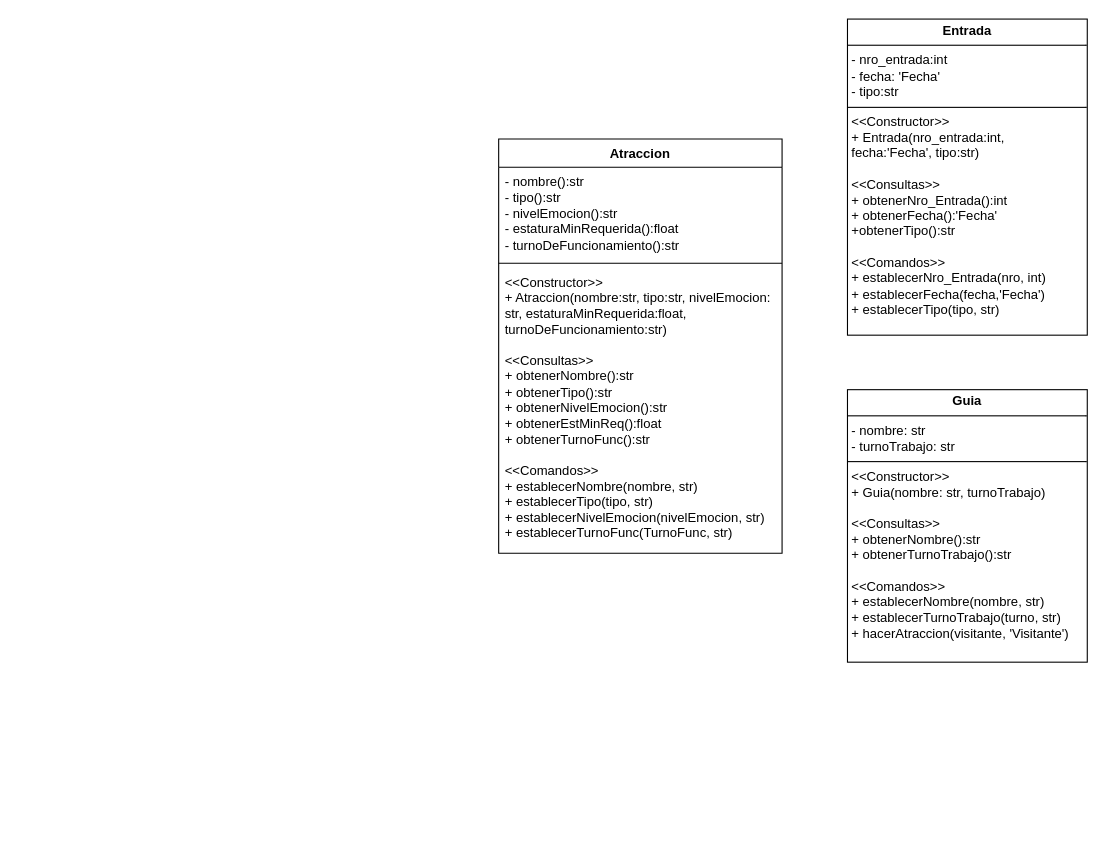
AndyGar04/Programacion-I keeps this draw.io diagram as TpNro6/EjercicioNro9/EjercicioNro9Tp6.drawio. Above is the earlier version. Source tidied: cells renumbered, new cells numbered last; positions are measured from the earlier drawing's top-left corner, leaving out a move shared by most shapes. Both pictures are drawn from the tidied source at 109%, with x=0, y=0 at pixel (498, 19).
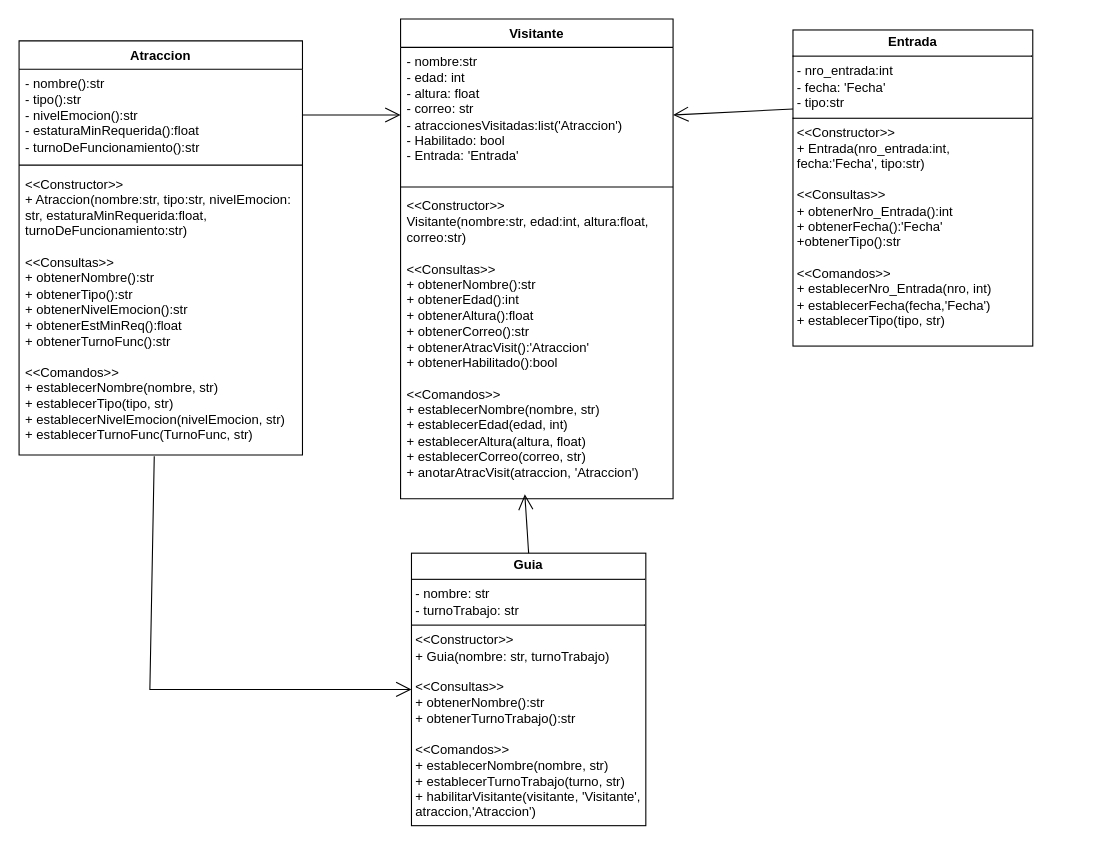
The same diagram, later.

Change to the diagram source:
```diff
@@
 <mxGraphModel>
   <root>
     <mxCell id="0" />
     <mxCell id="1" parent="0" />
     <mxCell id="2" value="&lt;p style=&quot;margin:0px;margin-top:4px;text-align:center;&quot;&gt;&lt;b&gt;Entrada&lt;/b&gt;&lt;/p&gt;&lt;hr size=&quot;1&quot; style=&quot;border-style:solid;&quot;&gt;&lt;p style=&quot;margin:0px;margin-left:4px;&quot;&gt;- nro_entrada:int&lt;/p&gt;&lt;p style=&quot;margin:0px;margin-left:4px;&quot;&gt;- fecha: 'Fecha'&lt;/p&gt;&lt;p style=&quot;margin:0px;margin-left:4px;&quot;&gt;- tipo:str&lt;/p&gt;&lt;hr size=&quot;1&quot; style=&quot;border-style:solid;&quot;&gt;&lt;p style=&quot;margin:0px;margin-left:4px;&quot;&gt;&amp;lt;&amp;lt;Constructor&amp;gt;&amp;gt;&lt;/p&gt;&lt;p style=&quot;margin:0px;margin-left:4px;&quot;&gt;+ Entrada(nro_entrada:int, fecha:'Fecha', tipo:str)&lt;/p&gt;&lt;p style=&quot;margin:0px;margin-left:4px;&quot;&gt;&lt;br&gt;&lt;/p&gt;&lt;p style=&quot;margin:0px;margin-left:4px;&quot;&gt;&amp;lt;&amp;lt;Consultas&amp;gt;&amp;gt;&lt;/p&gt;&lt;p style=&quot;margin:0px;margin-left:4px;&quot;&gt;+ obtenerNro_Entrada():int&lt;/p&gt;&lt;p style=&quot;margin:0px;margin-left:4px;&quot;&gt;+ obtenerFecha():'Fecha'&lt;/p&gt;&lt;p style=&quot;margin:0px;margin-left:4px;&quot;&gt;+obtenerTipo():str&lt;/p&gt;&lt;p style=&quot;margin:0px;margin-left:4px;&quot;&gt;&lt;br&gt;&lt;/p&gt;&lt;p style=&quot;margin:0px;margin-left:4px;&quot;&gt;&amp;lt;&amp;lt;Comandos&amp;gt;&amp;gt;&lt;/p&gt;&lt;p style=&quot;margin:0px;margin-left:4px;&quot;&gt;+ establecerNro_Entrada(nro, int)&lt;/p&gt;&lt;p style=&quot;margin:0px;margin-left:4px;&quot;&gt;+ establecerFecha(fecha,'Fecha')&lt;/p&gt;&lt;p style=&quot;margin:0px;margin-left:4px;&quot;&gt;+ establecerTipo(tipo, str)&lt;/p&gt;" style="verticalAlign=top;align=left;overflow=fill;html=1;whiteSpace=wrap;" parent="1" vertex="1">
-      <mxGeometry x="320" width="220" height="290" as="geometry" />
+      <mxGeometry x="270" y="10" width="220" height="290" as="geometry" />
     </mxCell>
-    <mxCell id="3" value="&lt;p style=&quot;margin:0px;margin-top:4px;text-align:center;&quot;&gt;&lt;b&gt;Guia&lt;/b&gt;&lt;/p&gt;&lt;hr size=&quot;1&quot; style=&quot;border-style:solid;&quot;&gt;&lt;p style=&quot;margin:0px;margin-left:4px;&quot;&gt;- nombre: str&lt;/p&gt;&lt;p style=&quot;margin:0px;margin-left:4px;&quot;&gt;- turnoTrabajo: str&lt;/p&gt;&lt;hr size=&quot;1&quot; style=&quot;border-style:solid;&quot;&gt;&lt;p style=&quot;margin:0px;margin-left:4px;&quot;&gt;&amp;lt;&amp;lt;Constructor&amp;gt;&amp;gt;&lt;/p&gt;&lt;p style=&quot;margin:0px;margin-left:4px;&quot;&gt;+ Guia(nombre: str, turnoTrabajo)&lt;/p&gt;&lt;p style=&quot;margin:0px;margin-left:4px;&quot;&gt;&lt;br&gt;&lt;/p&gt;&lt;p style=&quot;margin:0px;margin-left:4px;&quot;&gt;&amp;lt;&amp;lt;Consultas&amp;gt;&amp;gt;&lt;/p&gt;&lt;p style=&quot;margin:0px;margin-left:4px;&quot;&gt;+ obtenerNombre():str&lt;/p&gt;&lt;p style=&quot;margin:0px;margin-left:4px;&quot;&gt;+ obtenerTurnoTrabajo():str&lt;/p&gt;&lt;p style=&quot;margin:0px;margin-left:4px;&quot;&gt;&lt;br&gt;&lt;/p&gt;&lt;p style=&quot;margin:0px;margin-left:4px;&quot;&gt;&amp;lt;&amp;lt;Comandos&amp;gt;&amp;gt;&lt;/p&gt;&lt;p style=&quot;margin:0px;margin-left:4px;&quot;&gt;+ establecerNombre(nombre, str)&lt;/p&gt;&lt;p style=&quot;margin:0px;margin-left:4px;&quot;&gt;+ establecerTurnoTrabajo(turno, str)&lt;/p&gt;&lt;p style=&quot;margin:0px;margin-left:4px;&quot;&gt;+ hacerAtraccion(visitante, 'Visitante'&lt;span style=&quot;background-color: initial;&quot;&gt;)&lt;/span&gt;&lt;/p&gt;&lt;p style=&quot;margin:0px;margin-left:4px;&quot;&gt;&lt;br&gt;&lt;/p&gt;" style="verticalAlign=top;align=left;overflow=fill;html=1;whiteSpace=wrap;" parent="1" vertex="1">
-      <mxGeometry x="320" y="340" width="220" height="250" as="geometry" />
+    <mxCell id="3" value="&lt;p style=&quot;margin:0px;margin-top:4px;text-align:center;&quot;&gt;&lt;b&gt;Guia&lt;/b&gt;&lt;/p&gt;&lt;hr size=&quot;1&quot; style=&quot;border-style:solid;&quot;&gt;&lt;p style=&quot;margin:0px;margin-left:4px;&quot;&gt;- nombre: str&lt;/p&gt;&lt;p style=&quot;margin:0px;margin-left:4px;&quot;&gt;- turnoTrabajo: str&lt;/p&gt;&lt;hr size=&quot;1&quot; style=&quot;border-style:solid;&quot;&gt;&lt;p style=&quot;margin:0px;margin-left:4px;&quot;&gt;&amp;lt;&amp;lt;Constructor&amp;gt;&amp;gt;&lt;/p&gt;&lt;p style=&quot;margin:0px;margin-left:4px;&quot;&gt;+ Guia(nombre: str, turnoTrabajo)&lt;/p&gt;&lt;p style=&quot;margin:0px;margin-left:4px;&quot;&gt;&lt;br&gt;&lt;/p&gt;&lt;p style=&quot;margin:0px;margin-left:4px;&quot;&gt;&amp;lt;&amp;lt;Consultas&amp;gt;&amp;gt;&lt;/p&gt;&lt;p style=&quot;margin:0px;margin-left:4px;&quot;&gt;+ obtenerNombre():str&lt;/p&gt;&lt;p style=&quot;margin:0px;margin-left:4px;&quot;&gt;+ obtenerTurnoTrabajo():str&lt;/p&gt;&lt;p style=&quot;margin:0px;margin-left:4px;&quot;&gt;&lt;br&gt;&lt;/p&gt;&lt;p style=&quot;margin:0px;margin-left:4px;&quot;&gt;&amp;lt;&amp;lt;Comandos&amp;gt;&amp;gt;&lt;/p&gt;&lt;p style=&quot;margin:0px;margin-left:4px;&quot;&gt;+ establecerNombre(nombre, str)&lt;/p&gt;&lt;p style=&quot;margin:0px;margin-left:4px;&quot;&gt;+ establecerTurnoTrabajo(turno, str)&lt;/p&gt;&lt;p style=&quot;margin:0px;margin-left:4px;&quot;&gt;+ habilitarVisitante(visitante, 'Visitante', atraccion,'Atraccion'&lt;span style=&quot;background-color: initial;&quot;&gt;)&lt;/span&gt;&lt;/p&gt;&lt;p style=&quot;margin:0px;margin-left:4px;&quot;&gt;&lt;br&gt;&lt;/p&gt;" style="verticalAlign=top;align=left;overflow=fill;html=1;whiteSpace=wrap;" parent="1" vertex="1">
+      <mxGeometry x="-80" y="490" width="215" height="250" as="geometry" />
     </mxCell>
     <mxCell id="4" value="Atraccion" style="swimlane;fontStyle=1;align=center;verticalAlign=top;horizontal=1;startSize=26;whiteSpace=wrap;html=1;" parent="1" vertex="1">
-      <mxGeometry y="110" width="260" height="380" as="geometry" />
+      <mxGeometry x="-440" y="20" width="260" height="380" as="geometry" />
     </mxCell>
     <mxCell id="5" value="- nombre():str&lt;div&gt;- tipo():str&lt;/div&gt;&lt;div&gt;- nivelEmocion():str&lt;/div&gt;&lt;div&gt;- estaturaMinRequerida():float&lt;/div&gt;&lt;div&gt;- turnoDeFuncionamiento():str&lt;/div&gt;" style="text;strokeColor=none;fillColor=none;align=left;verticalAlign=top;spacingLeft=4;spacingRight=4;overflow=hidden;points=[[0,0.5],[1,0.5]];portConstraint=eastwest;whiteSpace=wrap;html=1;" parent="4" vertex="1">
       <mxGeometry y="26" width="260" height="84" as="geometry" />
     </mxCell>
     <mxCell id="6" style="line;strokeWidth=1;fillColor=none;align=left;verticalAlign=middle;spacingTop=-1;spacingLeft=3;spacingRight=3;labelPosition=right;strokeColor=inherit;" parent="4" vertex="1">
       <mxGeometry y="110" width="260" height="8" as="geometry" />
     </mxCell>
     <mxCell id="7" value="&amp;lt;&amp;lt;Constructor&amp;gt;&amp;gt;&lt;div&gt;+ Atraccion(nombre:str, tipo:str, nivelEmocion: str, estaturaMinRequerida:float, turnoDeFuncionamiento:str)&lt;/div&gt;&lt;div&gt;&lt;br&gt;&lt;/div&gt;&lt;div&gt;&amp;lt;&amp;lt;Consultas&amp;gt;&amp;gt;&lt;/div&gt;&lt;div&gt;+ obtenerNombre():str&lt;/div&gt;&lt;div&gt;+ obtenerTipo():str&lt;/div&gt;&lt;div&gt;+ obtenerNivelEmocion():str&lt;/div&gt;&lt;div&gt;+ obtenerEstMinReq():float&lt;/div&gt;&lt;div&gt;+ obtenerTurnoFunc():str&lt;/div&gt;&lt;div&gt;&lt;br&gt;&lt;/div&gt;&lt;div&gt;&amp;lt;&amp;lt;Comandos&amp;gt;&amp;gt;&lt;/div&gt;&lt;div&gt;+ establecerNombre(nombre, str)&lt;/div&gt;&lt;div&gt;+ establecerTipo(tipo, str)&lt;/div&gt;&lt;div&gt;+ establecerNivelEmocion(nivelEmocion, str)&lt;/div&gt;&lt;div&gt;+ establecerTurnoFunc(TurnoFunc, str)&lt;/div&gt;" style="text;strokeColor=none;fillColor=none;align=left;verticalAlign=top;spacingLeft=4;spacingRight=4;overflow=hidden;points=[[0,0.5],[1,0.5]];portConstraint=eastwest;whiteSpace=wrap;html=1;" parent="4" vertex="1">
       <mxGeometry y="118" width="260" height="262" as="geometry" />
     </mxCell>
+    <mxCell id="8" value="Visitante" style="swimlane;fontStyle=1;align=center;verticalAlign=top;horizontal=1;startSize=26;whiteSpace=wrap;html=1;" parent="1" vertex="1">
+      <mxGeometry x="-90" width="250" height="440" as="geometry" />
+    </mxCell>
+    <mxCell id="9" value="- nombre:str&lt;div&gt;- edad: int&lt;/div&gt;&lt;div&gt;- altura: float&lt;/div&gt;&lt;div&gt;- correo: str&lt;/div&gt;&lt;div&gt;- atraccionesVisitadas:list('Atraccion')&lt;/div&gt;&lt;div&gt;- Habilitado: bool&lt;/div&gt;&lt;div&gt;- Entrada: 'Entrada'&lt;/div&gt;" style="text;strokeColor=none;fillColor=none;align=left;verticalAlign=top;spacingLeft=4;spacingRight=4;overflow=hidden;points=[[0,0.5],[1,0.5]];portConstraint=eastwest;whiteSpace=wrap;html=1;" parent="8" vertex="1">
+      <mxGeometry y="26" width="250" height="124" as="geometry" />
+    </mxCell>
+    <mxCell id="10" style="line;strokeWidth=1;fillColor=none;align=left;verticalAlign=middle;spacingTop=-1;spacingLeft=3;spacingRight=3;labelPosition=right;strokeColor=inherit;" parent="8" vertex="1">
+      <mxGeometry y="150" width="250" height="8" as="geometry" />
+    </mxCell>
+    <mxCell id="11" value="&amp;lt;&amp;lt;Constructor&amp;gt;&amp;gt;&lt;div&gt;Visitante(nombre:str, edad:int, altura:float, correo:str)&lt;/div&gt;&lt;div&gt;&lt;br&gt;&lt;/div&gt;&lt;div&gt;&amp;lt;&amp;lt;Consultas&amp;gt;&amp;gt;&lt;/div&gt;&lt;div&gt;+ obtenerNombre():str&lt;/div&gt;&lt;div&gt;+ obtenerEdad():int&lt;/div&gt;&lt;div&gt;+ obtenerAltura():float&lt;/div&gt;&lt;div&gt;+ obtenerCorreo():str&lt;/div&gt;&lt;div&gt;+ obtenerAtracVisit():'Atraccion'&lt;/div&gt;&lt;div&gt;+ obtenerHabilitado():bool&lt;/div&gt;&lt;div&gt;&lt;br&gt;&lt;/div&gt;&lt;div&gt;&amp;lt;&amp;lt;Comandos&amp;gt;&amp;gt;&lt;/div&gt;&lt;div&gt;+ establecerNombre(nombre, str)&lt;/div&gt;&lt;div&gt;+ establecerEdad(edad, int)&lt;/div&gt;&lt;div&gt;+ establecerAltura(altura, float)&lt;/div&gt;&lt;div&gt;+ establecerCorreo(correo, str)&lt;/div&gt;&lt;div&gt;+ anotarAtracVisit(atraccion, 'Atraccion')&lt;/div&gt;&lt;div&gt;&lt;br&gt;&lt;/div&gt;" style="text;strokeColor=none;fillColor=none;align=left;verticalAlign=top;spacingLeft=4;spacingRight=4;overflow=hidden;points=[[0,0.5],[1,0.5]];portConstraint=eastwest;whiteSpace=wrap;html=1;" parent="8" vertex="1">
+      <mxGeometry y="158" width="250" height="282" as="geometry" />
+    </mxCell>
+    <mxCell id="12" style="endArrow=open;endFill=1;endSize=12;html=1;rounded=0;exitX=1;exitY=0.5;exitDx=0;exitDy=0;entryX=0;entryY=0.5;entryDx=0;entryDy=0;" parent="1" edge="1" source="5" target="9">
+      <mxGeometry relative="1" as="geometry" />
+    </mxCell>
+    <mxCell id="13" style="endArrow=open;endFill=1;endSize=12;html=1;rounded=0;exitX=0;exitY=0.25;exitDx=0;exitDy=0;entryX=1;entryY=0.5;entryDx=0;entryDy=0;" parent="1" edge="1" source="2" target="9">
+      <mxGeometry relative="1" as="geometry" />
+    </mxCell>
+    <mxCell id="14" style="endArrow=open;endFill=1;endSize=12;html=1;rounded=0;entryX=0.456;entryY=0.986;entryDx=0;entryDy=0;entryPerimeter=0;exitX=0.5;exitY=0;exitDx=0;exitDy=0;" parent="1" edge="1" source="3" target="11">
+      <mxGeometry relative="1" as="geometry" />
+    </mxCell>
+    <mxCell id="15" style="endArrow=open;endFill=1;endSize=12;html=1;rounded=0;exitX=0.477;exitY=1.004;exitDx=0;exitDy=0;exitPerimeter=0;entryX=0;entryY=0.5;entryDx=0;entryDy=0;" parent="1" edge="1" source="7" target="3">
+      <mxGeometry relative="1" as="geometry">
+        <Array as="points">
+          <mxPoint x="-320" y="615" />
+        </Array>
+      </mxGeometry>
+    </mxCell>
   </root>
 </mxGraphModel>
```
